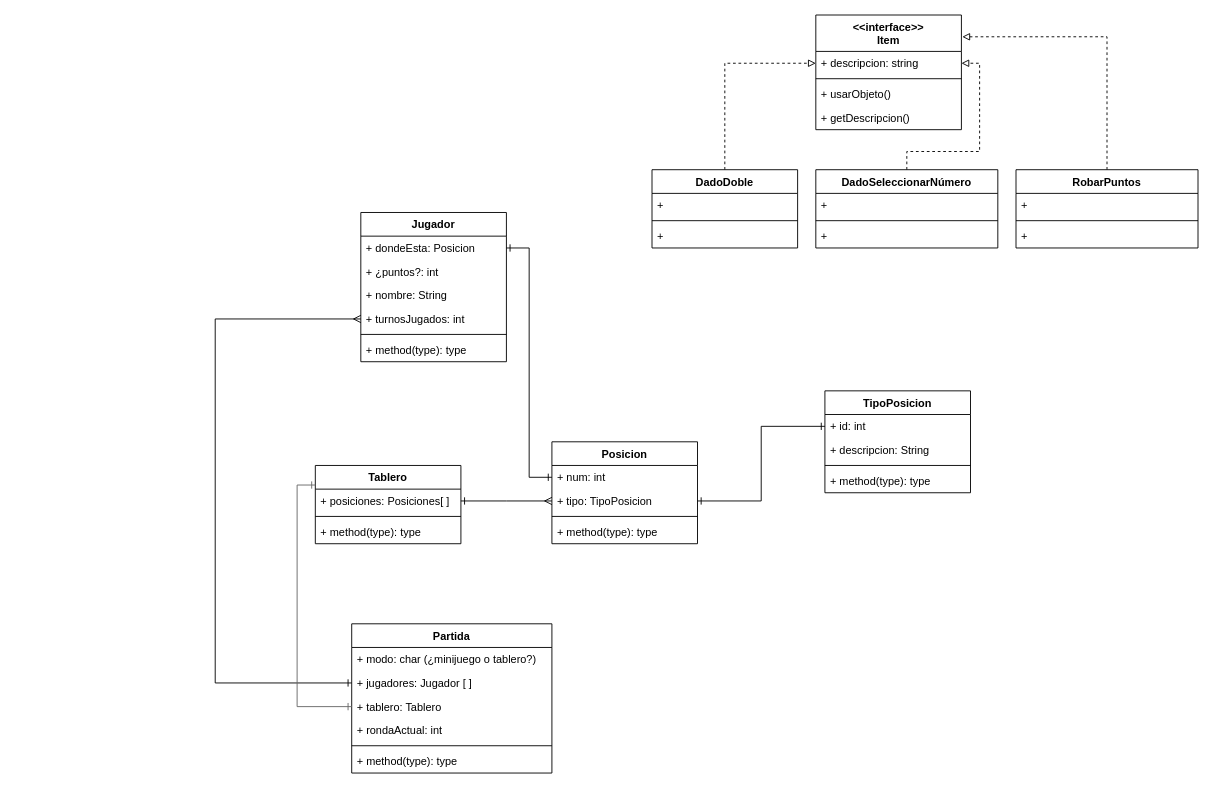
Earlier version of the draw.io diagram ClasesMarioParty.drawio (cancellarapaula/MarioParty). Source tidied: cells renumbered, new cells numbered last; positions are measured from the earlier drawing's top-left corner, leaving out a move shared by most shapes. Both pictures are drawn from the tidied source at 91%, with x=0, y=0 at pixel (215, 15).
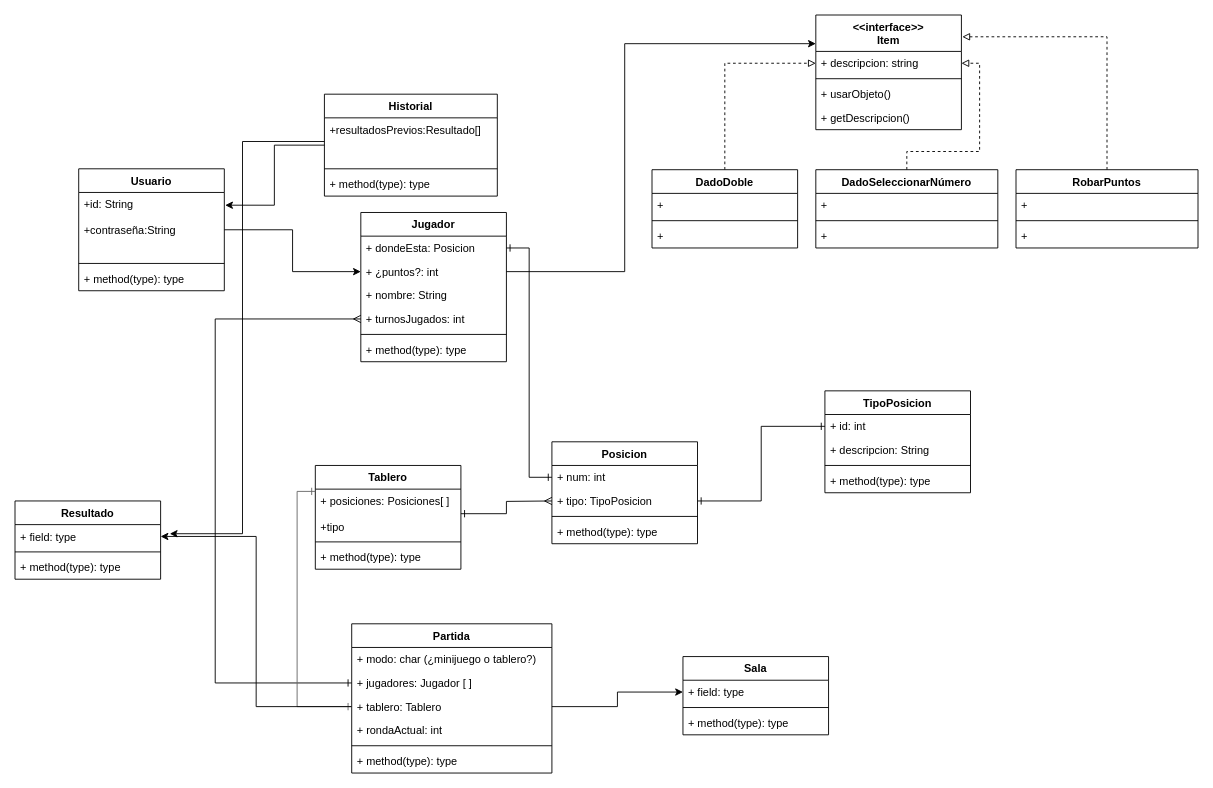
The same diagram, later.

The change refers to these unchanged cells:
```xml
<mxCell id="20" value="+ ¿puntos?: int" style="text;strokeColor=none;fillColor=none;align=left;verticalAlign=top;spacingLeft=4;spacingRight=4;overflow=hidden;points=[[0,0.5],[1,0.5]];portConstraint=eastwest;" parent="18" vertex="1">
  <mxGeometry y="52" width="160" height="26" as="geometry" />
</mxCell>
<mxCell id="29" value="+ tablero: Tablero" style="text;strokeColor=none;fillColor=none;align=left;verticalAlign=top;spacingLeft=4;spacingRight=4;overflow=hidden;points=[[0,0.5],[1,0.5]];portConstraint=eastwest;" parent="26" vertex="1">
  <mxGeometry y="78" width="220" height="26" as="geometry" />
</mxCell>
<mxCell id="40" value="&lt;&lt;interface&gt;&gt;&#10;Item" style="swimlane;fontStyle=1;align=center;verticalAlign=top;horizontal=1;startSize=40;" parent="1" vertex="1">
  <mxGeometry x="660" width="160" height="126" as="geometry" />
</mxCell>
```

Diff of the diagram source:
```diff
@@
     <mxCell id="2" value="Tablero" style="swimlane;fontStyle=1;align=center;verticalAlign=top;horizontal=1;startSize=26;" parent="1" vertex="1">
-      <mxGeometry x="110" y="495" width="160" height="86" as="geometry" />
+      <mxGeometry x="110" y="495" width="160" height="114" as="geometry" />
     </mxCell>
-    <mxCell id="3" value="+ posiciones: Posiciones[ ]" style="text;strokeColor=none;fillColor=none;align=left;verticalAlign=top;spacingLeft=4;spacingRight=4;overflow=hidden;points=[[0,0.5],[1,0.5]];portConstraint=eastwest;" parent="2" vertex="1">
-      <mxGeometry y="26" width="160" height="26" as="geometry" />
+    <mxCell id="3" value="+ posiciones: Posiciones[ ]&#10;&#10;+tipo" style="text;strokeColor=none;fillColor=none;align=left;verticalAlign=top;spacingLeft=4;spacingRight=4;overflow=hidden;points=[[0,0.5],[1,0.5]];portConstraint=eastwest;" parent="2" vertex="1">
+      <mxGeometry y="26" width="160" height="54" as="geometry" />
     </mxCell>
     <mxCell id="4" style="line;strokeWidth=1;fillColor=none;align=left;verticalAlign=middle;spacingTop=-1;spacingLeft=3;spacingRight=3;labelPosition=right;" parent="2" vertex="1">
-      <mxGeometry y="52" width="160" height="8" as="geometry" />
+      <mxGeometry y="80" width="160" height="8" as="geometry" />
     </mxCell>
     <mxCell id="5" value="+ method(type): type" style="text;strokeColor=none;fillColor=none;align=left;verticalAlign=top;spacingLeft=4;spacingRight=4;overflow=hidden;" parent="2" vertex="1">
-      <mxGeometry y="60" width="160" height="26" as="geometry" />
+      <mxGeometry y="88" width="160" height="26" as="geometry" />
     </mxCell>
@@
+    <mxCell id="55" value="Sala&#10;" style="swimlane;fontStyle=1;align=center;verticalAlign=top;horizontal=1;startSize=26;" parent="1" vertex="1">
+      <mxGeometry x="514" y="705" width="160" height="86" as="geometry" />
+    </mxCell>
+    <mxCell id="56" value="+ field: type" style="text;strokeColor=none;fillColor=none;align=left;verticalAlign=top;spacingLeft=4;spacingRight=4;overflow=hidden;points=[[0,0.5],[1,0.5]];portConstraint=eastwest;" parent="55" vertex="1">
+      <mxGeometry y="26" width="160" height="26" as="geometry" />
+    </mxCell>
+    <mxCell id="57" style="line;strokeWidth=1;fillColor=none;align=left;verticalAlign=middle;spacingTop=-1;spacingLeft=3;spacingRight=3;labelPosition=right;" parent="55" vertex="1">
+      <mxGeometry y="52" width="160" height="8" as="geometry" />
+    </mxCell>
+    <mxCell id="58" value="+ method(type): type" style="text;strokeColor=none;fillColor=none;align=left;verticalAlign=top;spacingLeft=4;spacingRight=4;overflow=hidden;" parent="55" vertex="1">
+      <mxGeometry y="60" width="160" height="26" as="geometry" />
+    </mxCell>
+    <mxCell id="59" style="edgeStyle=orthogonalEdgeStyle;rounded=0;jettySize=auto;html=1;exitX=1;exitY=0.5;exitDx=0;exitDy=0;entryX=0;entryY=0.5;entryDx=0;entryDy=0;" parent="1" edge="1" source="29" target="56">
+      <mxGeometry relative="1" as="geometry" />
+    </mxCell>
+    <mxCell id="60" style="edgeStyle=orthogonalEdgeStyle;rounded=0;jettySize=auto;html=1;entryX=0;entryY=0.5;entryDx=0;entryDy=0;" parent="1" edge="1" source="61" target="20">
+      <mxGeometry relative="1" as="geometry" />
+    </mxCell>
+    <mxCell id="61" value="Usuario" style="swimlane;fontStyle=1;align=center;verticalAlign=top;horizontal=1;startSize=26;" parent="1" vertex="1">
+      <mxGeometry x="-150" y="169" width="160" height="134" as="geometry" />
+    </mxCell>
+    <mxCell id="62" value="+id: String&#10;&#10;+contraseña:String" style="text;strokeColor=none;fillColor=none;align=left;verticalAlign=top;spacingLeft=4;spacingRight=4;overflow=hidden;points=[[0,0.5],[1,0.5]];portConstraint=eastwest;" parent="61" vertex="1">
+      <mxGeometry y="26" width="160" height="74" as="geometry" />
+    </mxCell>
+    <mxCell id="63" style="line;strokeWidth=1;fillColor=none;align=left;verticalAlign=middle;spacingTop=-1;spacingLeft=3;spacingRight=3;labelPosition=right;" parent="61" vertex="1">
+      <mxGeometry y="100" width="160" height="8" as="geometry" />
+    </mxCell>
+    <mxCell id="64" value="+ method(type): type" style="text;strokeColor=none;fillColor=none;align=left;verticalAlign=top;spacingLeft=4;spacingRight=4;overflow=hidden;" parent="61" vertex="1">
+      <mxGeometry y="108" width="160" height="26" as="geometry" />
+    </mxCell>
+    <mxCell id="65" style="edgeStyle=orthogonalEdgeStyle;rounded=0;jettySize=auto;html=1;exitX=1;exitY=0.5;exitDx=0;exitDy=0;entryX=0;entryY=0.25;entryDx=0;entryDy=0;" parent="1" edge="1" source="20" target="40">
+      <mxGeometry relative="1" as="geometry">
+        <Array as="points">
+          <mxPoint x="450" y="282" />
+          <mxPoint x="450" y="32" />
+        </Array>
+      </mxGeometry>
+    </mxCell>
+    <mxCell id="66" style="edgeStyle=orthogonalEdgeStyle;rounded=0;jettySize=auto;html=1;entryX=1.006;entryY=0.189;entryDx=0;entryDy=0;entryPerimeter=0;" parent="1" edge="1" source="67" target="62">
+      <mxGeometry relative="1" as="geometry" />
+    </mxCell>
+    <mxCell id="67" value="Historial" style="swimlane;fontStyle=1;align=center;verticalAlign=top;horizontal=1;startSize=26;" parent="1" vertex="1">
+      <mxGeometry x="120" y="87" width="190" height="112" as="geometry" />
+    </mxCell>
+    <mxCell id="68" value="+resultadosPrevios:Resultado[]" style="text;strokeColor=none;fillColor=none;align=left;verticalAlign=top;spacingLeft=4;spacingRight=4;overflow=hidden;points=[[0,0.5],[1,0.5]];portConstraint=eastwest;" parent="67" vertex="1">
+      <mxGeometry y="26" width="190" height="52" as="geometry" />
+    </mxCell>
+    <mxCell id="69" style="line;strokeWidth=1;fillColor=none;align=left;verticalAlign=middle;spacingTop=-1;spacingLeft=3;spacingRight=3;labelPosition=right;" parent="67" vertex="1">
+      <mxGeometry y="78" width="190" height="8" as="geometry" />
+    </mxCell>
+    <mxCell id="70" value="+ method(type): type" style="text;strokeColor=none;fillColor=none;align=left;verticalAlign=top;spacingLeft=4;spacingRight=4;overflow=hidden;" parent="67" vertex="1">
+      <mxGeometry y="86" width="190" height="26" as="geometry" />
+    </mxCell>
+    <mxCell id="71" value="Resultado" style="swimlane;fontStyle=1;align=center;verticalAlign=top;horizontal=1;startSize=26;" parent="1" vertex="1">
+      <mxGeometry x="-220" y="534" width="160" height="86" as="geometry" />
+    </mxCell>
+    <mxCell id="72" value="+ field: type" style="text;strokeColor=none;fillColor=none;align=left;verticalAlign=top;spacingLeft=4;spacingRight=4;overflow=hidden;points=[[0,0.5],[1,0.5]];portConstraint=eastwest;" parent="71" vertex="1">
+      <mxGeometry y="26" width="160" height="26" as="geometry" />
+    </mxCell>
+    <mxCell id="73" style="line;strokeWidth=1;fillColor=none;align=left;verticalAlign=middle;spacingTop=-1;spacingLeft=3;spacingRight=3;labelPosition=right;" parent="71" vertex="1">
+      <mxGeometry y="52" width="160" height="8" as="geometry" />
+    </mxCell>
+    <mxCell id="74" value="+ method(type): type" style="text;strokeColor=none;fillColor=none;align=left;verticalAlign=top;spacingLeft=4;spacingRight=4;overflow=hidden;" parent="71" vertex="1">
+      <mxGeometry y="60" width="160" height="26" as="geometry" />
+    </mxCell>
+    <mxCell id="75" style="edgeStyle=orthogonalEdgeStyle;rounded=0;jettySize=auto;html=1;entryX=1;entryY=0.5;entryDx=0;entryDy=0;" parent="1" edge="1" source="29" target="72">
+      <mxGeometry relative="1" as="geometry" />
+    </mxCell>
+    <mxCell id="76" style="edgeStyle=orthogonalEdgeStyle;rounded=0;jettySize=auto;html=1;entryX=1.063;entryY=0.385;entryDx=0;entryDy=0;entryPerimeter=0;" parent="1" edge="1" source="68" target="72">
+      <mxGeometry relative="1" as="geometry" />
+    </mxCell>
```
